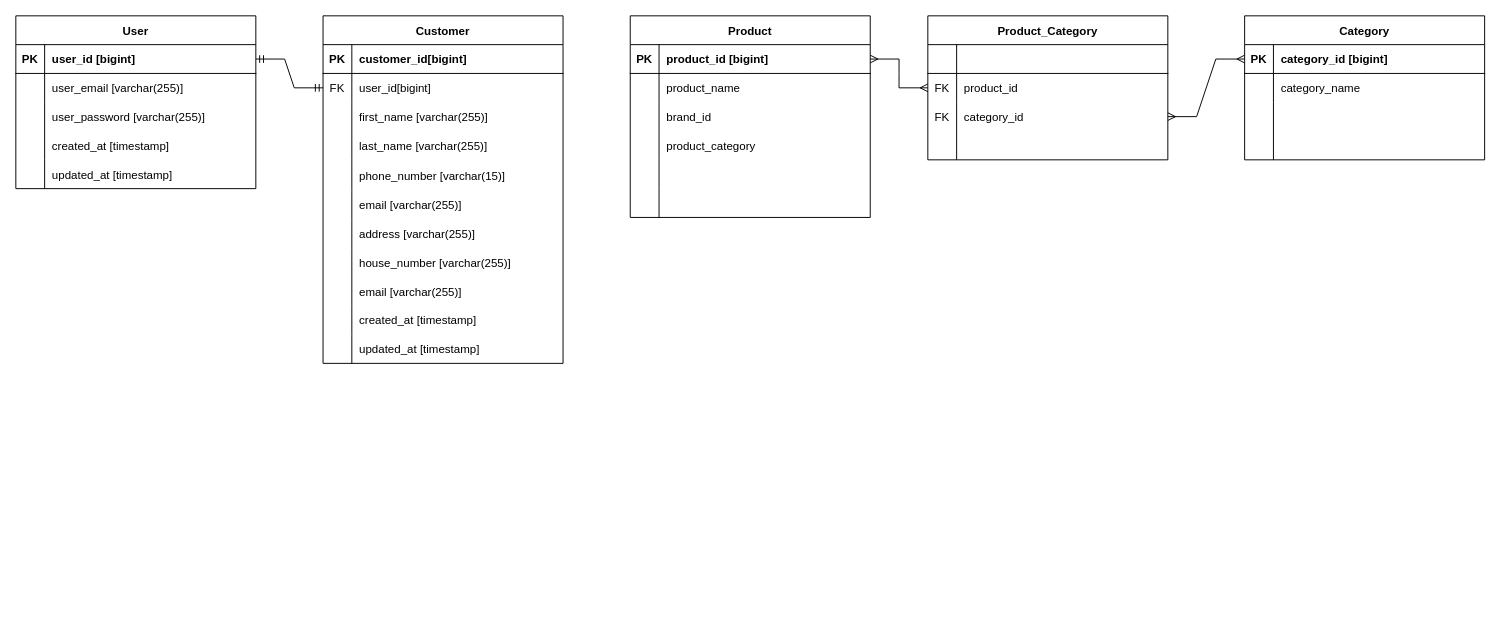
Above: ERD/Pizza ERD.drawio in nicholasreinaldo/LuminaEcommerce (draw.io), before the change. Source tidied: cells renumbered, new cells numbered last; positions are measured from the earlier drawing's top-left corner, leaving out a move shared by most shapes. Both pictures are drawn from the tidied source at 96%, with x=0, y=0 at pixel (15, 15).
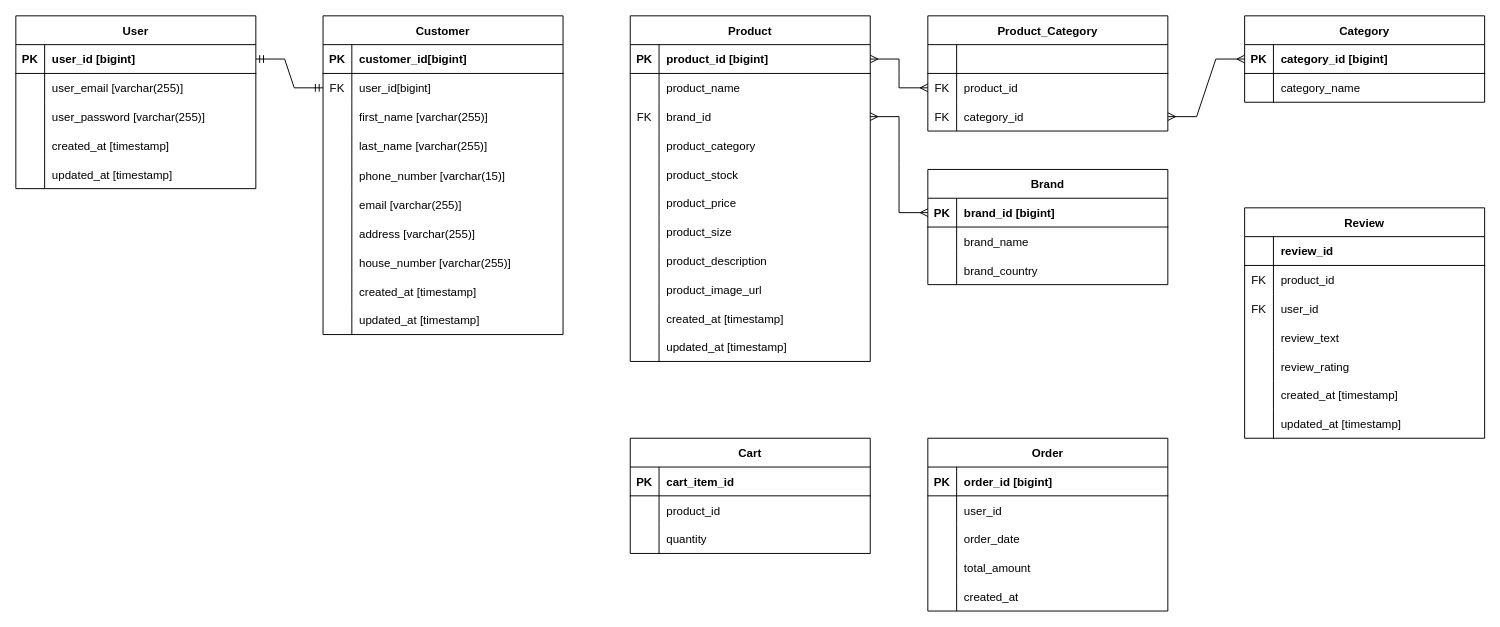
After the change.

Unchanged cells that the change refers to:
```xml
<mxCell id="43" style="shape=partialRectangle;fillColor=none;points=[[0,0.5],[1,0.5]];portConstraint=eastwest;top=0;left=0;right=0;bottom=0;" parent="36" vertex="1">
  <mxGeometry y="90" width="250" height="30" as="geometry" />
</mxCell>
<mxCell id="49" style="shape=partialRectangle;fillColor=none;top=0;left=0;right=0;bottom=0;" parent="36" vertex="1">
  <mxGeometry y="150" width="250" height="30" as="geometry" />
</mxCell>
<mxCell id="52" style="shape=partialRectangle;fillColor=none;top=0;left=0;right=0;bottom=0;" parent="36" vertex="1">
  <mxGeometry y="180" width="250" height="30" as="geometry" />
</mxCell>
```

The edit, as a diff of the source:
```diff
@@
     <mxCell id="2" value="Customer" style="shape=table;startSize=30;childLayout=tableLayout;rowLines=0;fontStyle=1;align=center;" parent="1" vertex="1">
-      <mxGeometry x="320" width="250" height="362" as="geometry" />
+      <mxGeometry x="320" width="250" height="332" as="geometry" />
     </mxCell>
@@
-    <mxCell id="27" style="shape=partialRectangle;fillColor=none;top=0;left=0;right=0;bottom=0;" parent="2" vertex="1">
-      <mxGeometry y="272" width="250" height="30" as="geometry" />
-    </mxCell>
-    <mxCell id="28" style="shape=partialRectangle;overflow=hidden;fillColor=none;top=0;left=0;bottom=0;right=0;" parent="27" vertex="1">
-      <mxGeometry width="30" height="30" as="geometry" />
-    </mxCell>
-    <mxCell id="29" value="email [varchar(255)]" style="shape=partialRectangle;overflow=hidden;fillColor=none;top=0;left=0;bottom=0;right=0;align=left;spacingLeft=6;" parent="27" vertex="1">
-      <mxGeometry x="30" width="220" height="30" as="geometry" />
-    </mxCell>
     <mxCell id="30" style="shape=partialRectangle;fillColor=none;top=0;left=0;right=0;bottom=0;" parent="2" vertex="1">
-      <mxGeometry y="302" width="250" height="30" as="geometry" />
+      <mxGeometry y="272" width="250" height="30" as="geometry" />
     </mxCell>
@@
     <mxCell id="33" style="shape=partialRectangle;fillColor=none;top=0;left=0;right=0;bottom=0;" parent="2" vertex="1">
-      <mxGeometry y="332" width="250" height="30" as="geometry" />
+      <mxGeometry y="302" width="250" height="30" as="geometry" />
     </mxCell>
@@
     <mxCell id="36" value="Product" style="shape=table;startSize=30;childLayout=tableLayout;rowLines=0;fontStyle=1;align=center;" parent="1" vertex="1">
-      <mxGeometry x="640" width="250" height="210" as="geometry" />
+      <mxGeometry x="640" width="250" height="360" as="geometry" />
     </mxCell>
@@
-    <mxCell id="44" style="shape=partialRectangle;overflow=hidden;fillColor=none;top=0;left=0;bottom=0;right=0;" parent="43" vertex="1">
+    <mxCell id="44" value="FK" style="shape=partialRectangle;overflow=hidden;fillColor=none;top=0;left=0;bottom=0;right=0;" parent="43" vertex="1">
       <mxGeometry width="30" height="30" as="geometry" />
     </mxCell>
@@
-    <mxCell id="51" style="shape=partialRectangle;overflow=hidden;fillColor=none;top=0;left=0;bottom=0;right=0;align=left;spacingLeft=6;" parent="49" vertex="1">
+    <mxCell id="51" value="product_stock" style="shape=partialRectangle;overflow=hidden;fillColor=none;top=0;left=0;bottom=0;right=0;align=left;spacingLeft=6;" parent="49" vertex="1">
       <mxGeometry x="30" width="220" height="30" as="geometry" />
     </mxCell>
@@
-    <mxCell id="54" style="shape=partialRectangle;overflow=hidden;fillColor=none;top=0;left=0;bottom=0;right=0;align=left;spacingLeft=6;" parent="52" vertex="1">
+    <mxCell id="54" value="product_price" style="shape=partialRectangle;overflow=hidden;fillColor=none;top=0;left=0;bottom=0;right=0;align=left;spacingLeft=6;" parent="52" vertex="1">
       <mxGeometry x="30" width="220" height="30" as="geometry" />
     </mxCell>
+    <mxCell id="100" style="shape=partialRectangle;fillColor=none;top=0;left=0;right=0;bottom=0;" parent="36" vertex="1">
+      <mxGeometry y="210" width="250" height="30" as="geometry" />
+    </mxCell>
+    <mxCell id="101" style="shape=partialRectangle;overflow=hidden;fillColor=none;top=0;left=0;bottom=0;right=0;" parent="100" vertex="1">
+      <mxGeometry width="30" height="30" as="geometry" />
+    </mxCell>
+    <mxCell id="102" value="product_size" style="shape=partialRectangle;overflow=hidden;fillColor=none;top=0;left=0;bottom=0;right=0;align=left;spacingLeft=6;" parent="100" vertex="1">
+      <mxGeometry x="30" width="220" height="30" as="geometry" />
+    </mxCell>
+    <mxCell id="103" style="shape=partialRectangle;fillColor=none;top=0;left=0;right=0;bottom=0;" parent="36" vertex="1">
+      <mxGeometry y="240" width="250" height="30" as="geometry" />
+    </mxCell>
+    <mxCell id="104" style="shape=partialRectangle;overflow=hidden;fillColor=none;top=0;left=0;bottom=0;right=0;" parent="103" vertex="1">
+      <mxGeometry width="30" height="30" as="geometry" />
+    </mxCell>
+    <mxCell id="105" value="product_description" style="shape=partialRectangle;overflow=hidden;fillColor=none;top=0;left=0;bottom=0;right=0;align=left;spacingLeft=6;" parent="103" vertex="1">
+      <mxGeometry x="30" width="220" height="30" as="geometry" />
+    </mxCell>
+    <mxCell id="106" style="shape=partialRectangle;fillColor=none;top=0;left=0;right=0;bottom=0;" parent="36" vertex="1">
+      <mxGeometry y="270" width="250" height="30" as="geometry" />
+    </mxCell>
+    <mxCell id="107" style="shape=partialRectangle;overflow=hidden;fillColor=none;top=0;left=0;bottom=0;right=0;" parent="106" vertex="1">
+      <mxGeometry width="30" height="30" as="geometry" />
+    </mxCell>
+    <mxCell id="108" value="product_image_url" style="shape=partialRectangle;overflow=hidden;fillColor=none;top=0;left=0;bottom=0;right=0;align=left;spacingLeft=6;" parent="106" vertex="1">
+      <mxGeometry x="30" width="220" height="30" as="geometry" />
+    </mxCell>
+    <mxCell id="109" style="shape=partialRectangle;fillColor=none;top=0;left=0;right=0;bottom=0;" parent="36" vertex="1">
+      <mxGeometry y="300" width="250" height="30" as="geometry" />
+    </mxCell>
+    <mxCell id="110" style="shape=partialRectangle;overflow=hidden;fillColor=none;top=0;left=0;bottom=0;right=0;" parent="109" vertex="1">
+      <mxGeometry width="30" height="30" as="geometry" />
+    </mxCell>
+    <mxCell id="111" value="created_at [timestamp]" style="shape=partialRectangle;overflow=hidden;fillColor=none;top=0;left=0;bottom=0;right=0;align=left;spacingLeft=6;" parent="109" vertex="1">
+      <mxGeometry x="30" width="220" height="30" as="geometry" />
+    </mxCell>
+    <mxCell id="112" style="shape=partialRectangle;fillColor=none;top=0;left=0;right=0;bottom=0;" parent="36" vertex="1">
+      <mxGeometry y="330" width="250" height="30" as="geometry" />
+    </mxCell>
+    <mxCell id="113" style="shape=partialRectangle;overflow=hidden;fillColor=none;top=0;left=0;bottom=0;right=0;" parent="112" vertex="1">
+      <mxGeometry width="30" height="30" as="geometry" />
+    </mxCell>
+    <mxCell id="114" value="updated_at [timestamp]" style="shape=partialRectangle;overflow=hidden;fillColor=none;top=0;left=0;bottom=0;right=0;align=left;spacingLeft=6;" parent="112" vertex="1">
+      <mxGeometry x="30" width="220" height="30" as="geometry" />
+    </mxCell>
@@
     <mxCell id="72" value="Category" style="shape=table;startSize=30;childLayout=tableLayout;rowLines=0;fontStyle=1;align=center;" parent="1" vertex="1">
-      <mxGeometry x="1280" width="250" height="150" as="geometry" />
+      <mxGeometry x="1280" width="250" height="90" as="geometry" />
     </mxCell>
@@
-    <mxCell id="79" style="shape=partialRectangle;fillColor=none;top=0;left=0;right=0;bottom=0;" parent="72" vertex="1">
-      <mxGeometry y="90" width="250" height="30" as="geometry" />
-    </mxCell>
-    <mxCell id="80" style="shape=partialRectangle;overflow=hidden;fillColor=none;top=0;left=0;bottom=0;right=0;" parent="79" vertex="1">
-      <mxGeometry width="30" height="30" as="geometry" />
-    </mxCell>
-    <mxCell id="81" style="shape=partialRectangle;overflow=hidden;fillColor=none;top=0;left=0;bottom=0;right=0;align=left;spacingLeft=6;" parent="79" vertex="1">
-      <mxGeometry x="30" width="220" height="30" as="geometry" />
-    </mxCell>
-    <mxCell id="82" style="shape=partialRectangle;fillColor=none;top=0;left=0;right=0;bottom=0;" parent="72" vertex="1">
-      <mxGeometry y="120" width="250" height="30" as="geometry" />
-    </mxCell>
-    <mxCell id="83" style="shape=partialRectangle;overflow=hidden;fillColor=none;top=0;left=0;bottom=0;right=0;" parent="82" vertex="1">
-      <mxGeometry width="30" height="30" as="geometry" />
-    </mxCell>
-    <mxCell id="84" style="shape=partialRectangle;overflow=hidden;fillColor=none;top=0;left=0;bottom=0;right=0;align=left;spacingLeft=6;" parent="82" vertex="1">
-      <mxGeometry x="30" width="220" height="30" as="geometry" />
-    </mxCell>
     <mxCell id="85" value="Product_Category" style="shape=table;startSize=30;childLayout=tableLayout;rowLines=0;fontStyle=1;align=center;" parent="1" vertex="1">
-      <mxGeometry x="950" width="250" height="150" as="geometry" />
+      <mxGeometry x="950" width="250" height="120" as="geometry" />
     </mxCell>
@@
-    <mxCell id="95" style="shape=partialRectangle;fillColor=none;top=0;left=0;right=0;bottom=0;" parent="85" vertex="1">
-      <mxGeometry y="120" width="250" height="30" as="geometry" />
-    </mxCell>
-    <mxCell id="96" style="shape=partialRectangle;overflow=hidden;fillColor=none;top=0;left=0;bottom=0;right=0;" parent="95" vertex="1">
-      <mxGeometry width="30" height="30" as="geometry" />
-    </mxCell>
-    <mxCell id="97" style="shape=partialRectangle;overflow=hidden;fillColor=none;top=0;left=0;bottom=0;right=0;align=left;spacingLeft=6;" parent="95" vertex="1">
-      <mxGeometry x="30" width="220" height="30" as="geometry" />
-    </mxCell>
@@
+    <mxCell id="115" value="Review" style="shape=table;startSize=30;childLayout=tableLayout;rowLines=0;fontStyle=1;align=center;" parent="1" vertex="1">
+      <mxGeometry x="1280" y="200" width="250" height="240" as="geometry" />
+    </mxCell>
+    <mxCell id="116" style="shape=partialRectangle;fillColor=none;top=0;left=0;right=0;bottom=1;" parent="115" vertex="1">
+      <mxGeometry y="30" width="250" height="30" as="geometry" />
+    </mxCell>
+    <mxCell id="117" style="shape=partialRectangle;overflow=hidden;fillColor=none;top=0;left=0;bottom=0;right=0;fontStyle=1;" parent="116" vertex="1">
+      <mxGeometry width="30" height="30" as="geometry" />
+    </mxCell>
+    <mxCell id="118" value="review_id" style="shape=partialRectangle;overflow=hidden;fillColor=none;top=0;left=0;bottom=0;right=0;align=left;spacingLeft=6;fontStyle=1;" parent="116" vertex="1">
+      <mxGeometry x="30" width="220" height="30" as="geometry" />
+    </mxCell>
+    <mxCell id="119" style="shape=partialRectangle;fillColor=none;top=0;left=0;right=0;bottom=0;" parent="115" vertex="1">
+      <mxGeometry y="60" width="250" height="30" as="geometry" />
+    </mxCell>
+    <mxCell id="120" value="FK" style="shape=partialRectangle;overflow=hidden;fillColor=none;top=0;left=0;bottom=0;right=0;" parent="119" vertex="1">
+      <mxGeometry width="30" height="30" as="geometry" />
+    </mxCell>
+    <mxCell id="121" value="product_id" style="shape=partialRectangle;overflow=hidden;fillColor=none;top=0;left=0;bottom=0;right=0;align=left;spacingLeft=6;" parent="119" vertex="1">
+      <mxGeometry x="30" width="220" height="30" as="geometry" />
+    </mxCell>
+    <mxCell id="122" style="shape=partialRectangle;fillColor=none;top=0;left=0;right=0;bottom=0;" parent="115" vertex="1">
+      <mxGeometry y="90" width="250" height="30" as="geometry" />
+    </mxCell>
+    <mxCell id="123" value="FK" style="shape=partialRectangle;overflow=hidden;fillColor=none;top=0;left=0;bottom=0;right=0;" parent="122" vertex="1">
+      <mxGeometry width="30" height="30" as="geometry" />
+    </mxCell>
+    <mxCell id="124" value="user_id" style="shape=partialRectangle;overflow=hidden;fillColor=none;top=0;left=0;bottom=0;right=0;align=left;spacingLeft=6;" parent="122" vertex="1">
+      <mxGeometry x="30" width="220" height="30" as="geometry" />
+    </mxCell>
+    <mxCell id="125" style="shape=partialRectangle;fillColor=none;top=0;left=0;right=0;bottom=0;" parent="115" vertex="1">
+      <mxGeometry y="120" width="250" height="30" as="geometry" />
+    </mxCell>
+    <mxCell id="126" style="shape=partialRectangle;overflow=hidden;fillColor=none;top=0;left=0;bottom=0;right=0;" parent="125" vertex="1">
+      <mxGeometry width="30" height="30" as="geometry" />
+    </mxCell>
+    <mxCell id="127" value="review_text" style="shape=partialRectangle;overflow=hidden;fillColor=none;top=0;left=0;bottom=0;right=0;align=left;spacingLeft=6;" parent="125" vertex="1">
+      <mxGeometry x="30" width="220" height="30" as="geometry" />
+    </mxCell>
+    <mxCell id="128" style="shape=partialRectangle;fillColor=none;top=0;left=0;right=0;bottom=0;" parent="115" vertex="1">
+      <mxGeometry y="150" width="250" height="30" as="geometry" />
+    </mxCell>
+    <mxCell id="129" style="shape=partialRectangle;overflow=hidden;fillColor=none;top=0;left=0;bottom=0;right=0;" parent="128" vertex="1">
+      <mxGeometry width="30" height="30" as="geometry" />
+    </mxCell>
+    <mxCell id="130" value="review_rating" style="shape=partialRectangle;overflow=hidden;fillColor=none;top=0;left=0;bottom=0;right=0;align=left;spacingLeft=6;" parent="128" vertex="1">
+      <mxGeometry x="30" width="220" height="30" as="geometry" />
+    </mxCell>
+    <mxCell id="131" style="shape=partialRectangle;fillColor=none;top=0;left=0;right=0;bottom=0;" parent="115" vertex="1">
+      <mxGeometry y="180" width="250" height="30" as="geometry" />
+    </mxCell>
+    <mxCell id="132" style="shape=partialRectangle;overflow=hidden;fillColor=none;top=0;left=0;bottom=0;right=0;" parent="131" vertex="1">
+      <mxGeometry width="30" height="30" as="geometry" />
+    </mxCell>
+    <mxCell id="133" value="created_at [timestamp]" style="shape=partialRectangle;overflow=hidden;fillColor=none;top=0;left=0;bottom=0;right=0;align=left;spacingLeft=6;" parent="131" vertex="1">
+      <mxGeometry x="30" width="220" height="30" as="geometry" />
+    </mxCell>
+    <mxCell id="134" style="shape=partialRectangle;fillColor=none;top=0;left=0;right=0;bottom=0;" parent="115" vertex="1">
+      <mxGeometry y="210" width="250" height="30" as="geometry" />
+    </mxCell>
+    <mxCell id="135" style="shape=partialRectangle;overflow=hidden;fillColor=none;top=0;left=0;bottom=0;right=0;" parent="134" vertex="1">
+      <mxGeometry width="30" height="30" as="geometry" />
+    </mxCell>
+    <mxCell id="136" value="updated_at [timestamp]" style="shape=partialRectangle;overflow=hidden;fillColor=none;top=0;left=0;bottom=0;right=0;align=left;spacingLeft=6;" parent="134" vertex="1">
+      <mxGeometry x="30" width="220" height="30" as="geometry" />
+    </mxCell>
+    <mxCell id="137" value="Brand" style="shape=table;startSize=30;childLayout=tableLayout;rowLines=0;fontStyle=1;align=center;" parent="1" vertex="1">
+      <mxGeometry x="950" y="160" width="250" height="120" as="geometry" />
+    </mxCell>
+    <mxCell id="138" style="shape=partialRectangle;fillColor=none;points=[[0,0.5],[1,0.5]];portConstraint=eastwest;top=0;left=0;right=0;bottom=1;" parent="137" vertex="1">
+      <mxGeometry y="30" width="250" height="30" as="geometry" />
+    </mxCell>
+    <mxCell id="139" value="PK" style="shape=partialRectangle;overflow=hidden;fillColor=none;top=0;left=0;bottom=0;right=0;fontStyle=1;" parent="138" vertex="1">
+      <mxGeometry width="30" height="30" as="geometry" />
+    </mxCell>
+    <mxCell id="140" value="brand_id [bigint]" style="shape=partialRectangle;overflow=hidden;fillColor=none;top=0;left=0;bottom=0;right=0;align=left;spacingLeft=6;fontStyle=1;" parent="138" vertex="1">
+      <mxGeometry x="30" width="220" height="30" as="geometry" />
+    </mxCell>
+    <mxCell id="141" style="shape=partialRectangle;fillColor=none;top=0;left=0;right=0;bottom=0;" parent="137" vertex="1">
+      <mxGeometry y="60" width="250" height="30" as="geometry" />
+    </mxCell>
+    <mxCell id="142" style="shape=partialRectangle;overflow=hidden;fillColor=none;top=0;left=0;bottom=0;right=0;" parent="141" vertex="1">
+      <mxGeometry width="30" height="30" as="geometry" />
+    </mxCell>
+    <mxCell id="143" value="brand_name" style="shape=partialRectangle;overflow=hidden;fillColor=none;top=0;left=0;bottom=0;right=0;align=left;spacingLeft=6;" parent="141" vertex="1">
+      <mxGeometry x="30" width="220" height="30" as="geometry" />
+    </mxCell>
+    <mxCell id="144" style="shape=partialRectangle;fillColor=none;top=0;left=0;right=0;bottom=0;" parent="137" vertex="1">
+      <mxGeometry y="90" width="250" height="30" as="geometry" />
+    </mxCell>
+    <mxCell id="145" style="shape=partialRectangle;overflow=hidden;fillColor=none;top=0;left=0;bottom=0;right=0;" parent="144" vertex="1">
+      <mxGeometry width="30" height="30" as="geometry" />
+    </mxCell>
+    <mxCell id="146" value="brand_country" style="shape=partialRectangle;overflow=hidden;fillColor=none;top=0;left=0;bottom=0;right=0;align=left;spacingLeft=6;" parent="144" vertex="1">
+      <mxGeometry x="30" width="220" height="30" as="geometry" />
+    </mxCell>
+    <mxCell id="147" value="Cart" style="shape=table;startSize=30;childLayout=tableLayout;rowLines=0;fontStyle=1;align=center;" parent="1" vertex="1">
+      <mxGeometry x="640" y="440" width="250" height="120" as="geometry" />
+    </mxCell>
+    <mxCell id="148" style="shape=partialRectangle;fillColor=none;top=0;left=0;right=0;bottom=1;" parent="147" vertex="1">
+      <mxGeometry y="30" width="250" height="30" as="geometry" />
+    </mxCell>
+    <mxCell id="149" value="PK" style="shape=partialRectangle;overflow=hidden;fillColor=none;top=0;left=0;bottom=0;right=0;fontStyle=1;" parent="148" vertex="1">
+      <mxGeometry width="30" height="30" as="geometry" />
+    </mxCell>
+    <mxCell id="150" value="cart_item_id" style="shape=partialRectangle;overflow=hidden;fillColor=none;top=0;left=0;bottom=0;right=0;align=left;spacingLeft=6;fontStyle=1;" parent="148" vertex="1">
+      <mxGeometry x="30" width="220" height="30" as="geometry" />
+    </mxCell>
+    <mxCell id="151" style="shape=partialRectangle;fillColor=none;top=0;left=0;right=0;bottom=0;" parent="147" vertex="1">
+      <mxGeometry y="60" width="250" height="30" as="geometry" />
+    </mxCell>
+    <mxCell id="152" style="shape=partialRectangle;overflow=hidden;fillColor=none;top=0;left=0;bottom=0;right=0;" parent="151" vertex="1">
+      <mxGeometry width="30" height="30" as="geometry" />
+    </mxCell>
+    <mxCell id="153" value="product_id" style="shape=partialRectangle;overflow=hidden;fillColor=none;top=0;left=0;bottom=0;right=0;align=left;spacingLeft=6;" parent="151" vertex="1">
+      <mxGeometry x="30" width="220" height="30" as="geometry" />
+    </mxCell>
+    <mxCell id="154" style="shape=partialRectangle;fillColor=none;top=0;left=0;right=0;bottom=0;" parent="147" vertex="1">
+      <mxGeometry y="90" width="250" height="30" as="geometry" />
+    </mxCell>
+    <mxCell id="155" style="shape=partialRectangle;overflow=hidden;fillColor=none;top=0;left=0;bottom=0;right=0;" parent="154" vertex="1">
+      <mxGeometry width="30" height="30" as="geometry" />
+    </mxCell>
+    <mxCell id="156" value="quantity" style="shape=partialRectangle;overflow=hidden;fillColor=none;top=0;left=0;bottom=0;right=0;align=left;spacingLeft=6;" parent="154" vertex="1">
+      <mxGeometry x="30" width="220" height="30" as="geometry" />
+    </mxCell>
+    <mxCell id="157" value="Order" style="shape=table;startSize=30;childLayout=tableLayout;rowLines=0;fontStyle=1;align=center;" parent="1" vertex="1">
+      <mxGeometry x="950" y="440" width="250" height="180" as="geometry" />
+    </mxCell>
+    <mxCell id="158" style="shape=partialRectangle;fillColor=none;top=0;left=0;right=0;bottom=1;" parent="157" vertex="1">
+      <mxGeometry y="30" width="250" height="30" as="geometry" />
+    </mxCell>
+    <mxCell id="159" value="PK" style="shape=partialRectangle;overflow=hidden;fillColor=none;top=0;left=0;bottom=0;right=0;fontStyle=1;" parent="158" vertex="1">
+      <mxGeometry width="30" height="30" as="geometry" />
+    </mxCell>
+    <mxCell id="160" value="order_id [bigint]" style="shape=partialRectangle;overflow=hidden;fillColor=none;top=0;left=0;bottom=0;right=0;align=left;spacingLeft=6;fontStyle=1;" parent="158" vertex="1">
+      <mxGeometry x="30" width="220" height="30" as="geometry" />
+    </mxCell>
+    <mxCell id="161" style="shape=partialRectangle;fillColor=none;top=0;left=0;right=0;bottom=0;" parent="157" vertex="1">
+      <mxGeometry y="60" width="250" height="30" as="geometry" />
+    </mxCell>
+    <mxCell id="162" style="shape=partialRectangle;overflow=hidden;fillColor=none;top=0;left=0;bottom=0;right=0;" parent="161" vertex="1">
+      <mxGeometry width="30" height="30" as="geometry" />
+    </mxCell>
+    <mxCell id="163" value="user_id" style="shape=partialRectangle;overflow=hidden;fillColor=none;top=0;left=0;bottom=0;right=0;align=left;spacingLeft=6;" parent="161" vertex="1">
+      <mxGeometry x="30" width="220" height="30" as="geometry" />
+    </mxCell>
+    <mxCell id="164" style="shape=partialRectangle;fillColor=none;top=0;left=0;right=0;bottom=0;" parent="157" vertex="1">
+      <mxGeometry y="90" width="250" height="30" as="geometry" />
+    </mxCell>
+    <mxCell id="165" style="shape=partialRectangle;overflow=hidden;fillColor=none;top=0;left=0;bottom=0;right=0;" parent="164" vertex="1">
+      <mxGeometry width="30" height="30" as="geometry" />
+    </mxCell>
+    <mxCell id="166" value="order_date" style="shape=partialRectangle;overflow=hidden;fillColor=none;top=0;left=0;bottom=0;right=0;align=left;spacingLeft=6;" parent="164" vertex="1">
+      <mxGeometry x="30" width="220" height="30" as="geometry" />
+    </mxCell>
+    <mxCell id="167" style="shape=partialRectangle;fillColor=none;top=0;left=0;right=0;bottom=0;" parent="157" vertex="1">
+      <mxGeometry y="120" width="250" height="30" as="geometry" />
+    </mxCell>
+    <mxCell id="168" style="shape=partialRectangle;overflow=hidden;fillColor=none;top=0;left=0;bottom=0;right=0;" parent="167" vertex="1">
+      <mxGeometry width="30" height="30" as="geometry" />
+    </mxCell>
+    <mxCell id="169" value="total_amount" style="shape=partialRectangle;overflow=hidden;fillColor=none;top=0;left=0;bottom=0;right=0;align=left;spacingLeft=6;" parent="167" vertex="1">
+      <mxGeometry x="30" width="220" height="30" as="geometry" />
+    </mxCell>
+    <mxCell id="170" style="shape=partialRectangle;fillColor=none;top=0;left=0;right=0;bottom=0;" parent="157" vertex="1">
+      <mxGeometry y="150" width="250" height="30" as="geometry" />
+    </mxCell>
+    <mxCell id="171" style="shape=partialRectangle;overflow=hidden;fillColor=none;top=0;left=0;bottom=0;right=0;" parent="170" vertex="1">
+      <mxGeometry width="30" height="30" as="geometry" />
+    </mxCell>
+    <mxCell id="172" value="created_at" style="shape=partialRectangle;overflow=hidden;fillColor=none;top=0;left=0;bottom=0;right=0;align=left;spacingLeft=6;" parent="170" vertex="1">
+      <mxGeometry x="30" width="220" height="30" as="geometry" />
+    </mxCell>
+    <mxCell id="173" style="edgeStyle=entityRelationEdgeStyle;fontSize=12;html=1;endArrow=ERmany;startArrow=ERmany;rounded=0;entryX=0;entryY=0.5;entryDx=0;entryDy=0;exitX=1;exitY=0.5;exitDx=0;exitDy=0;" parent="1" edge="1" source="43" target="138">
+      <mxGeometry relative="1" as="geometry" />
+    </mxCell>
```
